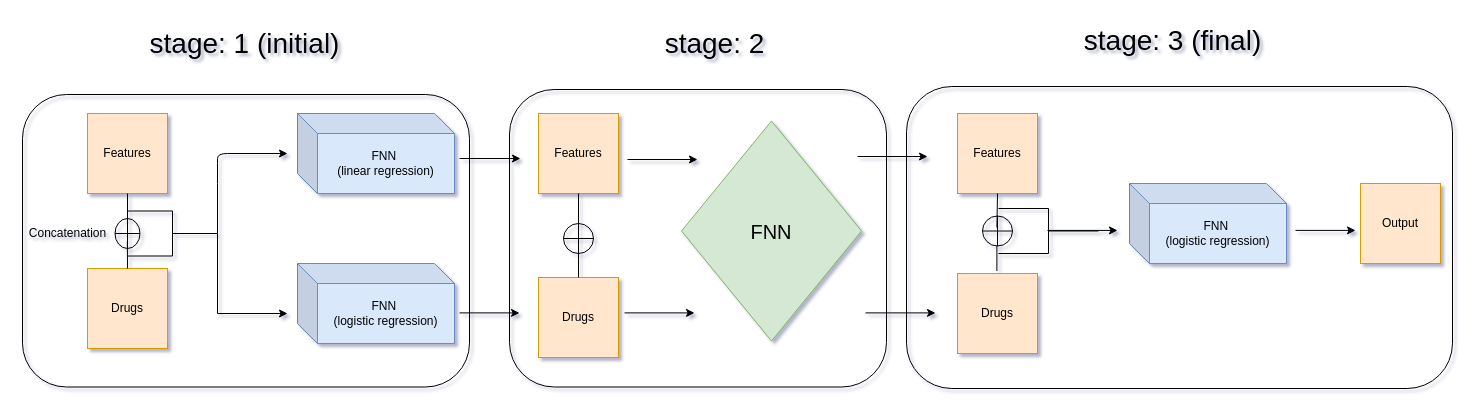
The draw.io diagram page "pipeline" (7 of 16) of mimic3/visualize/visualize.drawio in karen-gishyan/project, before the edit. Source tidied: cells renumbered, new cells numbered last; positions are measured from the earlier drawing's top-left corner, leaving out a move shared by most shapes. Both pictures are drawn from the tidied source at 100%, with x=0, y=0 at pixel (22, 17).
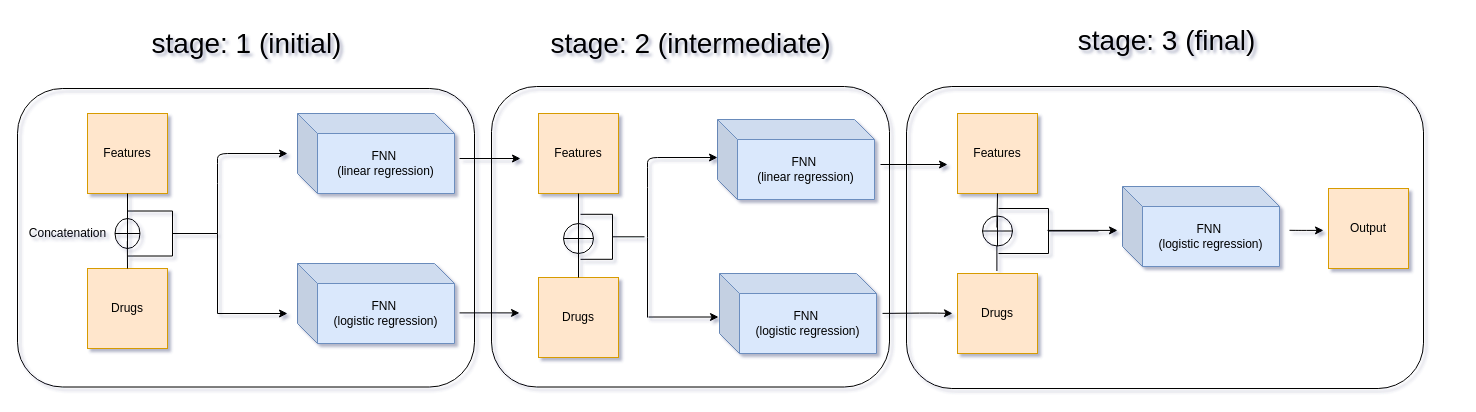
The same diagram, later.

Change to the diagram source:
```diff
@@
     <mxCell id="17" value="stage: 1 (initial)" style="text;html=1;align=center;verticalAlign=middle;fillColor=none;strokeColor=none;rounded=0;shadow=0;fontSize=28;" parent="1" vertex="1">
-      <mxGeometry x="117.5" y="3" width="208" height="46" as="geometry" />
+      <mxGeometry x="119.5" y="3" width="208" height="46" as="geometry" />
     </mxCell>
@@
     <mxCell id="19" value="FNN&amp;nbsp;&lt;br style=&quot;border-color: var(--border-color);&quot;&gt;(logistic regression)" style="shape=cube;whiteSpace=wrap;html=1;boundedLbl=1;backgroundOutline=1;darkOpacity=0.05;darkOpacity2=0.1;fillColor=#dae8fc;strokeColor=#6c8ebf;" parent="1" vertex="1">
-      <mxGeometry x="1107" y="166" width="157" height="80" as="geometry" />
+      <mxGeometry x="1100" y="169" width="157" height="80" as="geometry" />
     </mxCell>
     <mxCell id="20" style="endArrow=classic;html=1;" parent="1" edge="1">
       <mxGeometry relative="1" as="geometry">
-        <mxPoint x="1273" y="212.9" as="sourcePoint" />
-        <mxPoint x="1333" y="212.9" as="targetPoint" />
+        <mxPoint x="1267" y="212.8" as="sourcePoint" />
+        <mxPoint x="1301" y="212.9" as="targetPoint" />
+        <Array as="points">
+          <mxPoint x="1274" y="212.9" />
+        </Array>
       </mxGeometry>
     </mxCell>
@@
     <mxCell id="25" style="endArrow=classic;html=1;entryX=0;entryY=0.5;entryDx=0;entryDy=0;" parent="1" edge="1">
       <mxGeometry relative="1" as="geometry">
-        <mxPoint x="835" y="139" as="sourcePoint" />
-        <mxPoint x="905" y="139" as="targetPoint" />
+        <mxPoint x="858" y="147" as="sourcePoint" />
+        <mxPoint x="925" y="147" as="targetPoint" />
       </mxGeometry>
     </mxCell>
     <mxCell id="26" style="endArrow=classic;html=1;entryX=0;entryY=0.5;entryDx=0;entryDy=0;" parent="1" edge="1">
       <mxGeometry relative="1" as="geometry">
-        <mxPoint x="843" y="295.4" as="sourcePoint" />
-        <mxPoint x="913" y="295.4" as="targetPoint" />
+        <mxPoint x="860" y="295.9" as="sourcePoint" />
+        <mxPoint x="930" y="295.9" as="targetPoint" />
+        <Array as="points">
+          <mxPoint x="907" y="295.5" />
+        </Array>
       </mxGeometry>
     </mxCell>
-    <mxCell id="27" style="endArrow=classic;html=1;entryX=0;entryY=0.5;entryDx=0;entryDy=0;" parent="1" edge="1">
-      <mxGeometry relative="1" as="geometry">
-        <mxPoint x="605" y="142" as="sourcePoint" />
-        <mxPoint x="675" y="142" as="targetPoint" />
-      </mxGeometry>
-    </mxCell>
-    <mxCell id="28" style="endArrow=classic;html=1;entryX=0;entryY=0.5;entryDx=0;entryDy=0;" parent="1" edge="1">
-      <mxGeometry relative="1" as="geometry">
-        <mxPoint x="602" y="295.4" as="sourcePoint" />
-        <mxPoint x="672" y="295.4" as="targetPoint" />
-      </mxGeometry>
-    </mxCell>
-    <mxCell id="29" value="&lt;font style=&quot;font-size: 20px&quot;&gt;FNN&lt;/font&gt;" style="rhombus;whiteSpace=wrap;html=1;fillColor=#d5e8d4;strokeColor=#82b366;" parent="1" vertex="1">
-      <mxGeometry x="659" y="103.5" width="180" height="220" as="geometry" />
-    </mxCell>
@@
     <mxCell id="33" value="Output" style="whiteSpace=wrap;html=1;fillColor=#ffe6cc;strokeColor=#d79b00;" parent="1" vertex="1">
-      <mxGeometry x="1338" y="166" width="80" height="80" as="geometry" />
+      <mxGeometry x="1306" y="171" width="80" height="80" as="geometry" />
     </mxCell>
-    <mxCell id="34" value="stage: 2" style="text;html=1;align=center;verticalAlign=middle;fillColor=none;strokeColor=none;rounded=0;shadow=0;fontSize=28;" parent="1" vertex="1">
-      <mxGeometry x="633" y="3" width="118" height="46" as="geometry" />
+    <mxCell id="34" value="stage: 2 (intermediate)" style="text;html=1;align=center;verticalAlign=middle;fillColor=none;strokeColor=none;rounded=0;shadow=0;fontSize=28;" parent="1" vertex="1">
+      <mxGeometry x="519" y="3" width="298" height="46" as="geometry" />
     </mxCell>
     <mxCell id="35" value="stage: 3 (final)" style="text;html=1;align=center;verticalAlign=middle;fillColor=none;strokeColor=none;rounded=0;shadow=0;fontSize=28;" parent="1" vertex="1">
-      <mxGeometry x="1052" width="195" height="46" as="geometry" />
+      <mxGeometry x="1046" width="195" height="46" as="geometry" />
     </mxCell>
@@
     <mxCell id="39" style="rounded=1;whiteSpace=wrap;html=1;labelBackgroundColor=none;fillColor=none;" parent="1" vertex="1">
-      <mxGeometry y="77" width="447" height="292.5" as="geometry" />
+      <mxGeometry x="-5" y="71" width="457" height="298.5" as="geometry" />
     </mxCell>
     <mxCell id="40" style="rounded=1;whiteSpace=wrap;html=1;labelBackgroundColor=none;fillColor=none;" parent="1" vertex="1">
-      <mxGeometry x="487" y="72" width="377" height="297.5" as="geometry" />
+      <mxGeometry x="469" y="69" width="398" height="300.5" as="geometry" />
     </mxCell>
     <mxCell id="41" style="rounded=1;whiteSpace=wrap;html=1;labelBackgroundColor=none;fillColor=none;" parent="1" vertex="1">
-      <mxGeometry x="884" y="69" width="546" height="302" as="geometry" />
+      <mxGeometry x="884" y="69" width="517" height="302" as="geometry" />
     </mxCell>
+    <mxCell id="42" value="FNN&amp;nbsp;&lt;br&gt;(linear regression)" style="shape=cube;whiteSpace=wrap;html=1;boundedLbl=1;backgroundOutline=1;darkOpacity=0.05;darkOpacity2=0.1;fillColor=#dae8fc;strokeColor=#6c8ebf;" parent="1" vertex="1">
+      <mxGeometry x="695" y="102" width="157" height="80" as="geometry" />
+    </mxCell>
+    <mxCell id="43" style="strokeWidth=1;html=1;shape=mxgraph.flowchart.annotation_2;align=left;labelPosition=right;shadow=0;fillColor=none;rotation=-180;" parent="1" vertex="1">
+      <mxGeometry x="558" y="196.8" width="64" height="45" as="geometry" />
+    </mxCell>
+    <mxCell id="44" style="endArrow=none;html=1;" parent="1" edge="1">
+      <mxGeometry relative="1" as="geometry">
+        <mxPoint x="625" y="300" as="sourcePoint" />
+        <mxPoint x="625" y="220" as="targetPoint" />
+      </mxGeometry>
+    </mxCell>
+    <mxCell id="45" style="edgeStyle=segmentEdgeStyle;endArrow=classic;html=1;" parent="1" edge="1">
+      <mxGeometry relative="1" as="geometry">
+        <mxPoint x="625" y="220" as="sourcePoint" />
+        <mxPoint x="695" y="140" as="targetPoint" />
+        <Array as="points">
+          <mxPoint x="625" y="160" />
+          <mxPoint x="625" y="160" />
+        </Array>
+      </mxGeometry>
+    </mxCell>
+    <mxCell id="46" style="endArrow=classic;html=1;" parent="1" edge="1">
+      <mxGeometry relative="1" as="geometry">
+        <mxPoint x="626" y="299.5" as="sourcePoint" />
+        <mxPoint x="696" y="299.5" as="targetPoint" />
+      </mxGeometry>
+    </mxCell>
+    <mxCell id="47" value="FNN&amp;nbsp;&lt;br&gt;(logistic regression)" style="shape=cube;whiteSpace=wrap;html=1;boundedLbl=1;backgroundOutline=1;darkOpacity=0.05;darkOpacity2=0.1;fillColor=#dae8fc;strokeColor=#6c8ebf;" parent="1" vertex="1">
+      <mxGeometry x="697" y="256" width="157" height="80" as="geometry" />
+    </mxCell>
```
